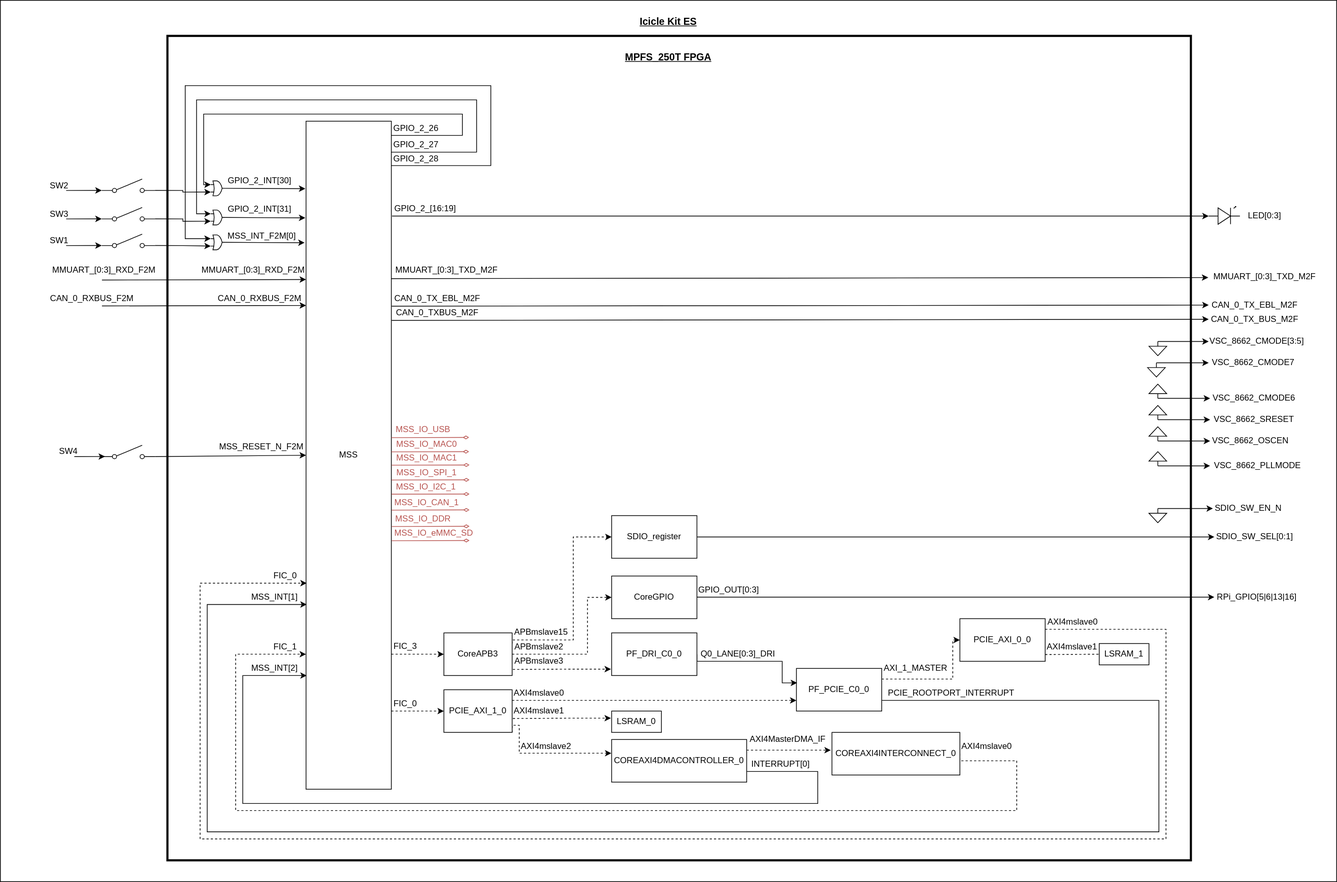
Above: block_diagram.svg in polarfire-soc/icicle-kit-reference-design (draw.io), before the change. Source tidied: cells renumbered, new cells last; positions are measured from the earlier drawing's top-left corner, leaving out a move shared by most shapes.
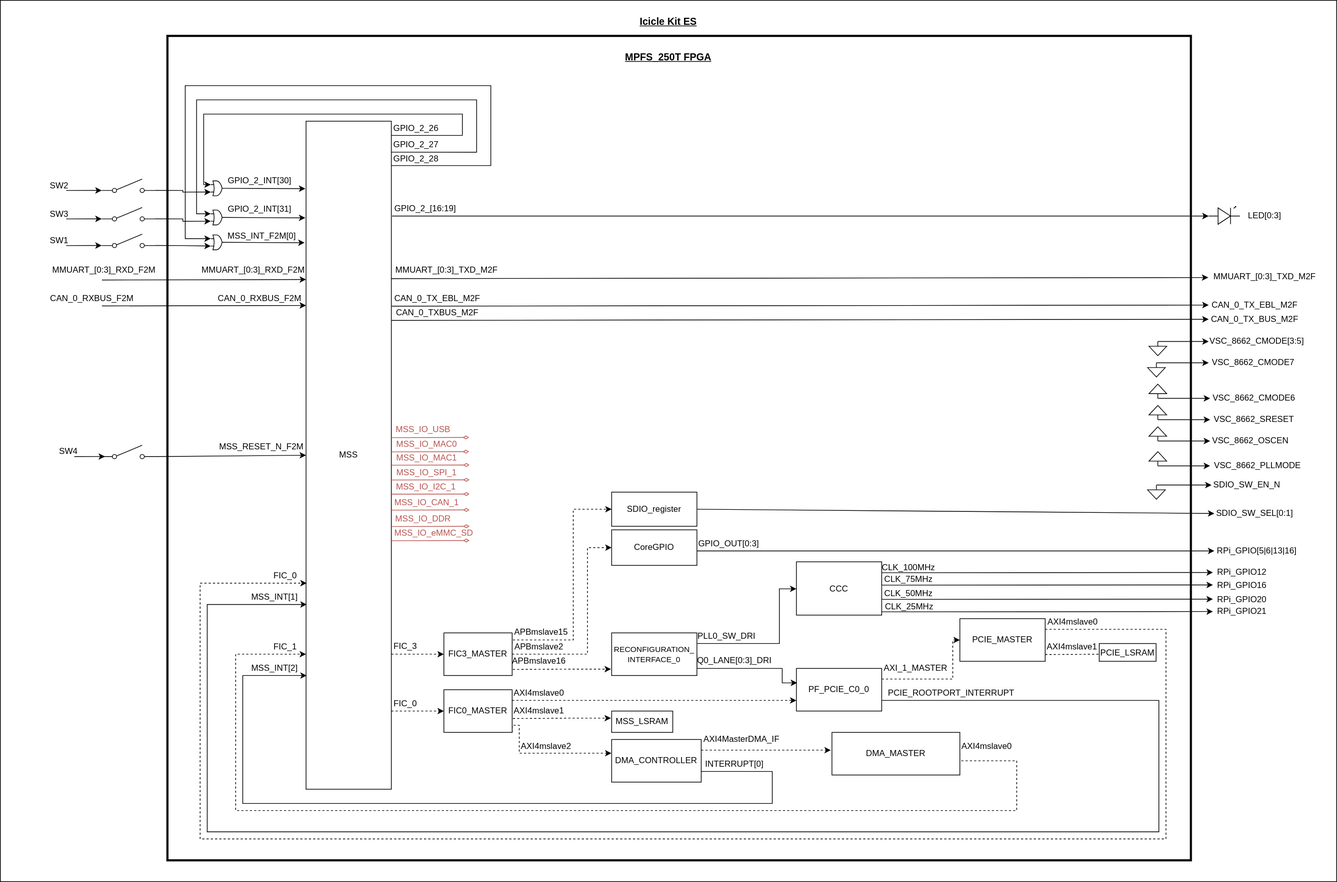
The same file after the commit.

Commit message:
Updated block diagram and fixed issue where PCIe AXI4 host was not connected

Change to the diagram source:
```diff
@@ -61,7 +61,7 @@
         </Array>
       </mxGeometry>
     </mxCell>
-    <mxCell id="11" value="PCIE_AXI_1_0" style="rounded=0;whiteSpace=wrap;html=1;" parent="1" vertex="1">
+    <mxCell id="11" value="FIC0_MASTER" style="rounded=0;whiteSpace=wrap;html=1;" parent="1" vertex="1">
       <mxGeometry x="624" y="970" width="96" height="60" as="geometry" />
     </mxCell>
     <mxCell id="12" value="FIC_0" style="text;html=1;strokeColor=none;fillColor=none;align=center;verticalAlign=middle;whiteSpace=wrap;rounded=0;" parent="1" vertex="1">
@@ -92,8 +92,8 @@
     <mxCell id="16" value="AXI4mslave0" style="text;html=1;strokeColor=none;fillColor=none;align=center;verticalAlign=middle;whiteSpace=wrap;rounded=0;" parent="1" vertex="1">
       <mxGeometry x="720" y="965" width="76" height="20" as="geometry" />
     </mxCell>
-    <mxCell id="17" value="LSRAM_0" style="rounded=0;whiteSpace=wrap;html=1;" parent="1" vertex="1">
-      <mxGeometry x="860" y="1000" width="70" height="30" as="geometry" />
+    <mxCell id="17" value="MSS_LSRAM" style="rounded=0;whiteSpace=wrap;html=1;" parent="1" vertex="1">
+      <mxGeometry x="860" y="1000" width="86" height="30" as="geometry" />
     </mxCell>
     <mxCell id="18" value="AXI4mslave1" style="text;html=1;strokeColor=none;fillColor=none;align=center;verticalAlign=middle;whiteSpace=wrap;rounded=0;" parent="1" vertex="1">
       <mxGeometry x="720" y="990" width="76" height="20" as="geometry" />
@@ -105,15 +105,15 @@
       <mxGeometry relative="1" as="geometry">
         <mxPoint x="431" y="950" as="targetPoint" />
         <Array as="points">
-          <mxPoint x="1150" y="1085" />
-          <mxPoint x="1150" y="1130" />
+          <mxPoint x="1086" y="1085" />
+          <mxPoint x="1086" y="1130" />
           <mxPoint x="341" y="1130" />
           <mxPoint x="341" y="950" />
         </Array>
       </mxGeometry>
     </mxCell>
-    <mxCell id="21" value="COREAXI4DMACONTROLLER_0" style="rounded=0;whiteSpace=wrap;html=1;" parent="1" vertex="1">
-      <mxGeometry x="860" y="1040" width="190" height="60" as="geometry" />
+    <mxCell id="21" value="DMA_CONTROLLER" style="rounded=0;whiteSpace=wrap;html=1;" parent="1" vertex="1">
+      <mxGeometry x="860" y="1040" width="126" height="60" as="geometry" />
     </mxCell>
     <mxCell id="22" value="AXI4mslave2" style="text;html=1;strokeColor=none;fillColor=none;align=center;verticalAlign=middle;whiteSpace=wrap;rounded=0;" parent="1" vertex="1">
       <mxGeometry x="730" y="1040" width="76" height="20" as="geometry" />
@@ -130,7 +130,7 @@
         </Array>
       </mxGeometry>
     </mxCell>
-    <mxCell id="24" value="COREAXI4INTERCONNECT_0" style="rounded=0;whiteSpace=wrap;html=1;" parent="1" vertex="1">
+    <mxCell id="24" value="DMA_MASTER" style="rounded=0;whiteSpace=wrap;html=1;" parent="1" vertex="1">
       <mxGeometry x="1170" y="1030" width="180" height="60" as="geometry" />
     </mxCell>
     <mxCell id="25" value="FIC_1" style="text;html=1;strokeColor=none;fillColor=none;align=center;verticalAlign=middle;whiteSpace=wrap;rounded=0;" parent="1" vertex="1">
@@ -145,17 +145,26 @@
     <mxCell id="28" style="edgeStyle=orthogonalEdgeStyle;rounded=0;jettySize=auto;html=1;exitX=1;exitY=0.5;exitDx=0;exitDy=0;entryX=0.008;entryY=0.339;entryDx=0;entryDy=0;entryPerimeter=0;" parent="1" edge="1" source="29" target="15">
       <mxGeometry relative="1" as="geometry">
         <Array as="points">
-          <mxPoint x="980" y="930" />
-          <mxPoint x="1100" y="930" />
+          <mxPoint x="980" y="940" />
+          <mxPoint x="1100" y="940" />
           <mxPoint x="1100" y="960" />
         </Array>
       </mxGeometry>
     </mxCell>
+    <mxCell id="149" style="edgeStyle=orthogonalEdgeStyle;rounded=0;jettySize=auto;html=1;exitX=1;exitY=0.25;exitDx=0;exitDy=0;entryX=0;entryY=0.5;entryDx=0;entryDy=0;" parent="1" edge="1" source="29" target="150">
+      <mxGeometry relative="1" as="geometry">
+        <Array as="points">
+          <mxPoint x="1096" y="905" />
+          <mxPoint x="1096" y="828" />
+          <mxPoint x="1120" y="828" />
+        </Array>
+      </mxGeometry>
+    </mxCell>
-    <mxCell id="29" value="PF_DRI_C0_0" style="rounded=0;whiteSpace=wrap;html=1;" parent="1" vertex="1">
+    <mxCell id="29" value="&lt;font style=&quot;font-size: 11px&quot;&gt;RECONFIGURATION_&lt;br&gt;INTERFACE_0&lt;/font&gt;" style="rounded=0;whiteSpace=wrap;html=1;" parent="1" vertex="1">
       <mxGeometry x="860" y="890" width="120" height="60" as="geometry" />
     </mxCell>
     <mxCell id="30" value="Q0_LANE[0:3]_DRI" style="text;html=1;strokeColor=none;fillColor=none;align=center;verticalAlign=middle;whiteSpace=wrap;rounded=0;" parent="1" vertex="1">
-      <mxGeometry x="1000" y="910" width="76" height="20" as="geometry" />
+      <mxGeometry x="995" y="919" width="76" height="20" as="geometry" />
     </mxCell>
     <mxCell id="31" style="edgeStyle=none;rounded=0;orthogonalLoop=1;jettySize=auto;html=1;exitX=1.011;exitY=0.674;exitDx=0;exitDy=0;exitPerimeter=0;dashed=1;" parent="1" edge="1">
       <mxGeometry relative="1" as="geometry">
@@ -166,8 +175,8 @@
         </Array>
       </mxGeometry>
     </mxCell>
-    <mxCell id="32" value="LSRAM_1" style="rounded=0;whiteSpace=wrap;html=1;" parent="1" vertex="1">
-      <mxGeometry x="1546" y="905" width="70" height="30" as="geometry" />
+    <mxCell id="32" value="PCIE_LSRAM" style="rounded=0;whiteSpace=wrap;html=1;" parent="1" vertex="1">
+      <mxGeometry x="1546" y="905" width="80" height="25" as="geometry" />
     </mxCell>
     <mxCell id="33" value="AXI4mslave1" style="text;html=1;strokeColor=none;fillColor=none;align=center;verticalAlign=middle;whiteSpace=wrap;rounded=0;" parent="1" vertex="1">
       <mxGeometry x="1470" y="900" width="76" height="20" as="geometry" />
@@ -285,17 +294,17 @@
         </Array>
       </mxGeometry>
     </mxCell>
-    <mxCell id="65" value="PCIE_AXI_0_0" style="rounded=0;whiteSpace=wrap;html=1;" parent="1" vertex="1">
+    <mxCell id="65" value="PCIE_MASTER" style="rounded=0;whiteSpace=wrap;html=1;" parent="1" vertex="1">
       <mxGeometry x="1350" y="870" width="120" height="60" as="geometry" />
     </mxCell>
     <mxCell id="66" value="AXI4mslave0" style="text;html=1;strokeColor=none;fillColor=none;align=center;verticalAlign=middle;whiteSpace=wrap;rounded=0;" parent="1" vertex="1">
       <mxGeometry x="1471" y="865" width="76" height="20" as="geometry" />
     </mxCell>
     <mxCell id="67" value="AXI4MasterDMA_IF" style="text;html=1;strokeColor=none;fillColor=none;align=center;verticalAlign=middle;whiteSpace=wrap;rounded=0;" parent="1" vertex="1">
-      <mxGeometry x="1070" y="1030" width="76" height="20" as="geometry" />
+      <mxGeometry x="1005" y="1030" width="76" height="20" as="geometry" />
     </mxCell>
     <mxCell id="68" value="INTERRUPT[0]" style="text;html=1;strokeColor=none;fillColor=none;align=center;verticalAlign=middle;whiteSpace=wrap;rounded=0;" parent="1" vertex="1">
-      <mxGeometry x="1060" y="1065" width="76" height="20" as="geometry" />
+      <mxGeometry x="995" y="1065" width="76" height="20" as="geometry" />
     </mxCell>
     <mxCell id="69" value="AXI4mslave0" style="text;html=1;strokeColor=none;fillColor=none;align=center;verticalAlign=middle;whiteSpace=wrap;rounded=0;" parent="1" vertex="1">
       <mxGeometry x="1350" y="1040" width="76" height="20" as="geometry" />
@@ -421,13 +430,13 @@
       <mxGeometry x="550" y="725" width="90" height="10" as="geometry" />
     </mxCell>
     <mxCell id="98" value="SDIO_SW_EN_N" style="text;html=1;strokeColor=none;fillColor=none;align=center;verticalAlign=middle;whiteSpace=wrap;rounded=0;" parent="1" vertex="1">
-      <mxGeometry x="1706" y="705" width="100" height="20" as="geometry" />
+      <mxGeometry x="1704" y="672" width="100" height="20" as="geometry" />
     </mxCell>
     <mxCell id="99" style="endArrow=classic;html=1;fontColor=#B85450;entryX=0;entryY=0.5;entryDx=0;entryDy=0;exitX=0.5;exitY=0;exitDx=0;exitDy=0;exitPerimeter=0;" parent="1" edge="1" source="100" target="98">
       <mxGeometry relative="1" as="geometry" />
     </mxCell>
     <mxCell id="100" style="verticalLabelPosition=bottom;shadow=0;dashed=0;align=center;html=1;verticalAlign=top;shape=mxgraph.electrical.signal_sources.signal_ground;fontColor=#B85450;" parent="1" vertex="1">
-      <mxGeometry x="1616" y="715" width="25" height="20" as="geometry" />
+      <mxGeometry x="1614" y="682" width="25" height="20" as="geometry" />
     </mxCell>
     <mxCell id="101" value="GPIO_2_[16:19]" style="text;html=1;strokeColor=none;fillColor=none;align=center;verticalAlign=middle;whiteSpace=wrap;rounded=0;" parent="1" vertex="1">
       <mxGeometry x="550" y="282.5" width="96" height="20" as="geometry" />
@@ -438,7 +447,7 @@
       </mxGeometry>
     </mxCell>
     <mxCell id="103" value="SDIO_SW_SEL[0:1]" style="text;html=1;strokeColor=none;fillColor=none;align=center;verticalAlign=middle;whiteSpace=wrap;rounded=0;" parent="1" vertex="1">
-      <mxGeometry x="1708" y="745" width="114" height="20" as="geometry" />
+      <mxGeometry x="1708" y="712" width="114" height="20" as="geometry" />
     </mxCell>
     <mxCell id="104" style="verticalLabelPosition=bottom;shadow=0;dashed=0;align=center;html=1;verticalAlign=top;shape=mxgraph.electrical.opto_electronics.led_1;" parent="1" vertex="1">
       <mxGeometry x="1700" y="290" width="44" height="25" as="geometry" />
@@ -481,7 +490,7 @@
       <mxGeometry relative="1" as="geometry">
         <Array as="points">
           <mxPoint x="826" y="920" />
-          <mxPoint x="826" y="840" />
+          <mxPoint x="826" y="770" />
         </Array>
       </mxGeometry>
     </mxCell>
@@ -490,11 +499,11 @@
         <Array as="points">
           <mxPoint x="720" y="900" />
           <mxPoint x="806" y="900" />
-          <mxPoint x="806" y="755" />
+          <mxPoint x="806" y="716" />
         </Array>
       </mxGeometry>
     </mxCell>
-    <mxCell id="114" value="CoreAPB3" style="rounded=0;whiteSpace=wrap;html=1;" parent="1" vertex="1">
+    <mxCell id="114" value="FIC3_MASTER" style="rounded=0;whiteSpace=wrap;html=1;" parent="1" vertex="1">
       <mxGeometry x="624" y="890" width="96" height="60" as="geometry" />
     </mxCell>
     <mxCell id="115" style="edgeStyle=none;rounded=0;orthogonalLoop=1;jettySize=auto;html=1;exitX=1.011;exitY=0.674;exitDx=0;exitDy=0;exitPerimeter=0;dashed=1;" parent="1" edge="1">
@@ -506,11 +515,11 @@
         </Array>
       </mxGeometry>
     </mxCell>
-    <mxCell id="116" value="APBmslave3" style="text;html=1;strokeColor=none;fillColor=none;align=center;verticalAlign=middle;whiteSpace=wrap;rounded=0;" parent="1" vertex="1">
+    <mxCell id="116" value="APBmslave16" style="text;html=1;strokeColor=none;fillColor=none;align=center;verticalAlign=middle;whiteSpace=wrap;rounded=0;" parent="1" vertex="1">
       <mxGeometry x="720" y="920" width="76" height="20" as="geometry" />
     </mxCell>
     <mxCell id="117" value="CoreGPIO" style="rounded=0;whiteSpace=wrap;html=1;" parent="1" vertex="1">
-      <mxGeometry x="860" y="810" width="120" height="60" as="geometry" />
+      <mxGeometry x="860" y="745" width="120" height="50" as="geometry" />
     </mxCell>
     <mxCell id="118" value="APBmslave2" style="text;html=1;strokeColor=none;fillColor=none;align=center;verticalAlign=middle;whiteSpace=wrap;rounded=0;" parent="1" vertex="1">
       <mxGeometry x="720" y="900" width="76" height="20" as="geometry" />
@@ -519,7 +528,7 @@
       <mxGeometry relative="1" as="geometry" />
     </mxCell>
     <mxCell id="120" value="SDIO_register" style="rounded=0;whiteSpace=wrap;html=1;" parent="1" vertex="1">
-      <mxGeometry x="860" y="725" width="120" height="60" as="geometry" />
+      <mxGeometry x="860" y="692" width="120" height="48" as="geometry" />
     </mxCell>
     <mxCell id="121" value="APBmslave15" style="text;html=1;strokeColor=none;fillColor=none;align=center;verticalAlign=middle;whiteSpace=wrap;rounded=0;" parent="1" vertex="1">
       <mxGeometry x="726" y="879" width="70" height="20" as="geometry" />
@@ -600,15 +609,69 @@
     </mxCell>
     <mxCell id="146" style="edgeStyle=none;rounded=0;orthogonalLoop=1;jettySize=auto;html=1;exitX=1;exitY=0.5;exitDx=0;exitDy=0;entryX=0;entryY=0.5;entryDx=0;entryDy=0;" parent="1" edge="1">
       <mxGeometry relative="1" as="geometry">
-        <mxPoint x="980" y="839.7" as="sourcePoint" />
-        <mxPoint x="1708" y="839.7" as="targetPoint" />
+        <mxPoint x="980" y="774.7" as="sourcePoint" />
+        <mxPoint x="1708" y="774.7" as="targetPoint" />
       </mxGeometry>
     </mxCell>
     <mxCell id="147" value="RPi_GPIO[5|6|13|16]" style="text;html=1;strokeColor=none;fillColor=none;align=center;verticalAlign=middle;whiteSpace=wrap;rounded=0;" parent="1" vertex="1">
-      <mxGeometry x="1711" y="830" width="114" height="20" as="geometry" />
+      <mxGeometry x="1711" y="765" width="114" height="20" as="geometry" />
     </mxCell>
     <mxCell id="148" value="GPIO_OUT[0:3]" style="text;html=1;strokeColor=none;fillColor=none;align=center;verticalAlign=middle;whiteSpace=wrap;rounded=0;" parent="1" vertex="1">
-      <mxGeometry x="990" y="820" width="70" height="20" as="geometry" />
+      <mxGeometry x="990" y="755" width="70" height="20" as="geometry" />
     </mxCell>
+    <mxCell id="150" value="CCC" style="rounded=0;whiteSpace=wrap;html=1;" parent="1" vertex="1">
+      <mxGeometry x="1120" y="790" width="120" height="75" as="geometry" />
+    </mxCell>
+    <mxCell id="151" value="PLL0_SW_DRI" style="text;html=1;strokeColor=none;fillColor=none;align=center;verticalAlign=middle;whiteSpace=wrap;rounded=0;" parent="1" vertex="1">
+      <mxGeometry x="984" y="885" width="76" height="20" as="geometry" />
+    </mxCell>
+    <mxCell id="152" style="edgeStyle=none;rounded=0;orthogonalLoop=1;jettySize=auto;html=1;" parent="1" edge="1">
+      <mxGeometry relative="1" as="geometry">
+        <mxPoint x="1240" y="860.3" as="sourcePoint" />
+        <mxPoint x="1706" y="860" as="targetPoint" />
+      </mxGeometry>
+    </mxCell>
+    <mxCell id="153" value="RPi_GPIO21" style="text;html=1;strokeColor=none;fillColor=none;align=center;verticalAlign=middle;whiteSpace=wrap;rounded=0;" parent="1" vertex="1">
+      <mxGeometry x="1708" y="850" width="78" height="20" as="geometry" />
+    </mxCell>
+    <mxCell id="154" value="CLK_25MHz" style="text;html=1;strokeColor=none;fillColor=none;align=center;verticalAlign=middle;whiteSpace=wrap;rounded=0;" parent="1" vertex="1">
+      <mxGeometry x="1240" y="845" width="78" height="15" as="geometry" />
+    </mxCell>
+    <mxCell id="155" style="edgeStyle=none;rounded=0;orthogonalLoop=1;jettySize=auto;html=1;" parent="1" edge="1">
+      <mxGeometry relative="1" as="geometry">
+        <mxPoint x="1240" y="842.8" as="sourcePoint" />
+        <mxPoint x="1706" y="842.5" as="targetPoint" />
+      </mxGeometry>
+    </mxCell>
+    <mxCell id="156" value="RPi_GPIO20" style="text;html=1;strokeColor=none;fillColor=none;align=center;verticalAlign=middle;whiteSpace=wrap;rounded=0;" parent="1" vertex="1">
+      <mxGeometry x="1708" y="832.5" width="78" height="20" as="geometry" />
+    </mxCell>
+    <mxCell id="157" value="CLK_50MHz" style="text;html=1;strokeColor=none;fillColor=none;align=center;verticalAlign=middle;whiteSpace=wrap;rounded=0;" parent="1" vertex="1">
+      <mxGeometry x="1240" y="827.5" width="76" height="15" as="geometry" />
+    </mxCell>
+    <mxCell id="158" style="edgeStyle=none;rounded=0;orthogonalLoop=1;jettySize=auto;html=1;" parent="1" edge="1">
+      <mxGeometry relative="1" as="geometry">
+        <mxPoint x="1240" y="822.8" as="sourcePoint" />
+        <mxPoint x="1706" y="822.5" as="targetPoint" />
+      </mxGeometry>
+    </mxCell>
+    <mxCell id="159" value="RPi_GPIO16" style="text;html=1;strokeColor=none;fillColor=none;align=center;verticalAlign=middle;whiteSpace=wrap;rounded=0;" parent="1" vertex="1">
+      <mxGeometry x="1708" y="812.5" width="78" height="20" as="geometry" />
+    </mxCell>
+    <mxCell id="160" value="CLK_75MHz" style="text;html=1;strokeColor=none;fillColor=none;align=center;verticalAlign=middle;whiteSpace=wrap;rounded=0;" parent="1" vertex="1">
+      <mxGeometry x="1240" y="807.5" width="76" height="15" as="geometry" />
+    </mxCell>
+    <mxCell id="161" style="edgeStyle=none;rounded=0;orthogonalLoop=1;jettySize=auto;html=1;" parent="1" edge="1">
+      <mxGeometry relative="1" as="geometry">
+        <mxPoint x="1240" y="805.3" as="sourcePoint" />
+        <mxPoint x="1706" y="805" as="targetPoint" />
+      </mxGeometry>
+    </mxCell>
+    <mxCell id="162" value="RPi_GPIO12" style="text;html=1;strokeColor=none;fillColor=none;align=center;verticalAlign=middle;whiteSpace=wrap;rounded=0;" parent="1" vertex="1">
+      <mxGeometry x="1708" y="795" width="78" height="20" as="geometry" />
+    </mxCell>
+    <mxCell id="163" value="CLK_100MHz" style="text;html=1;strokeColor=none;fillColor=none;align=center;verticalAlign=middle;whiteSpace=wrap;rounded=0;" parent="1" vertex="1">
+      <mxGeometry x="1240" y="790" width="76" height="15" as="geometry" />
+    </mxCell>
   </root>
 </mxGraphModel>
```
